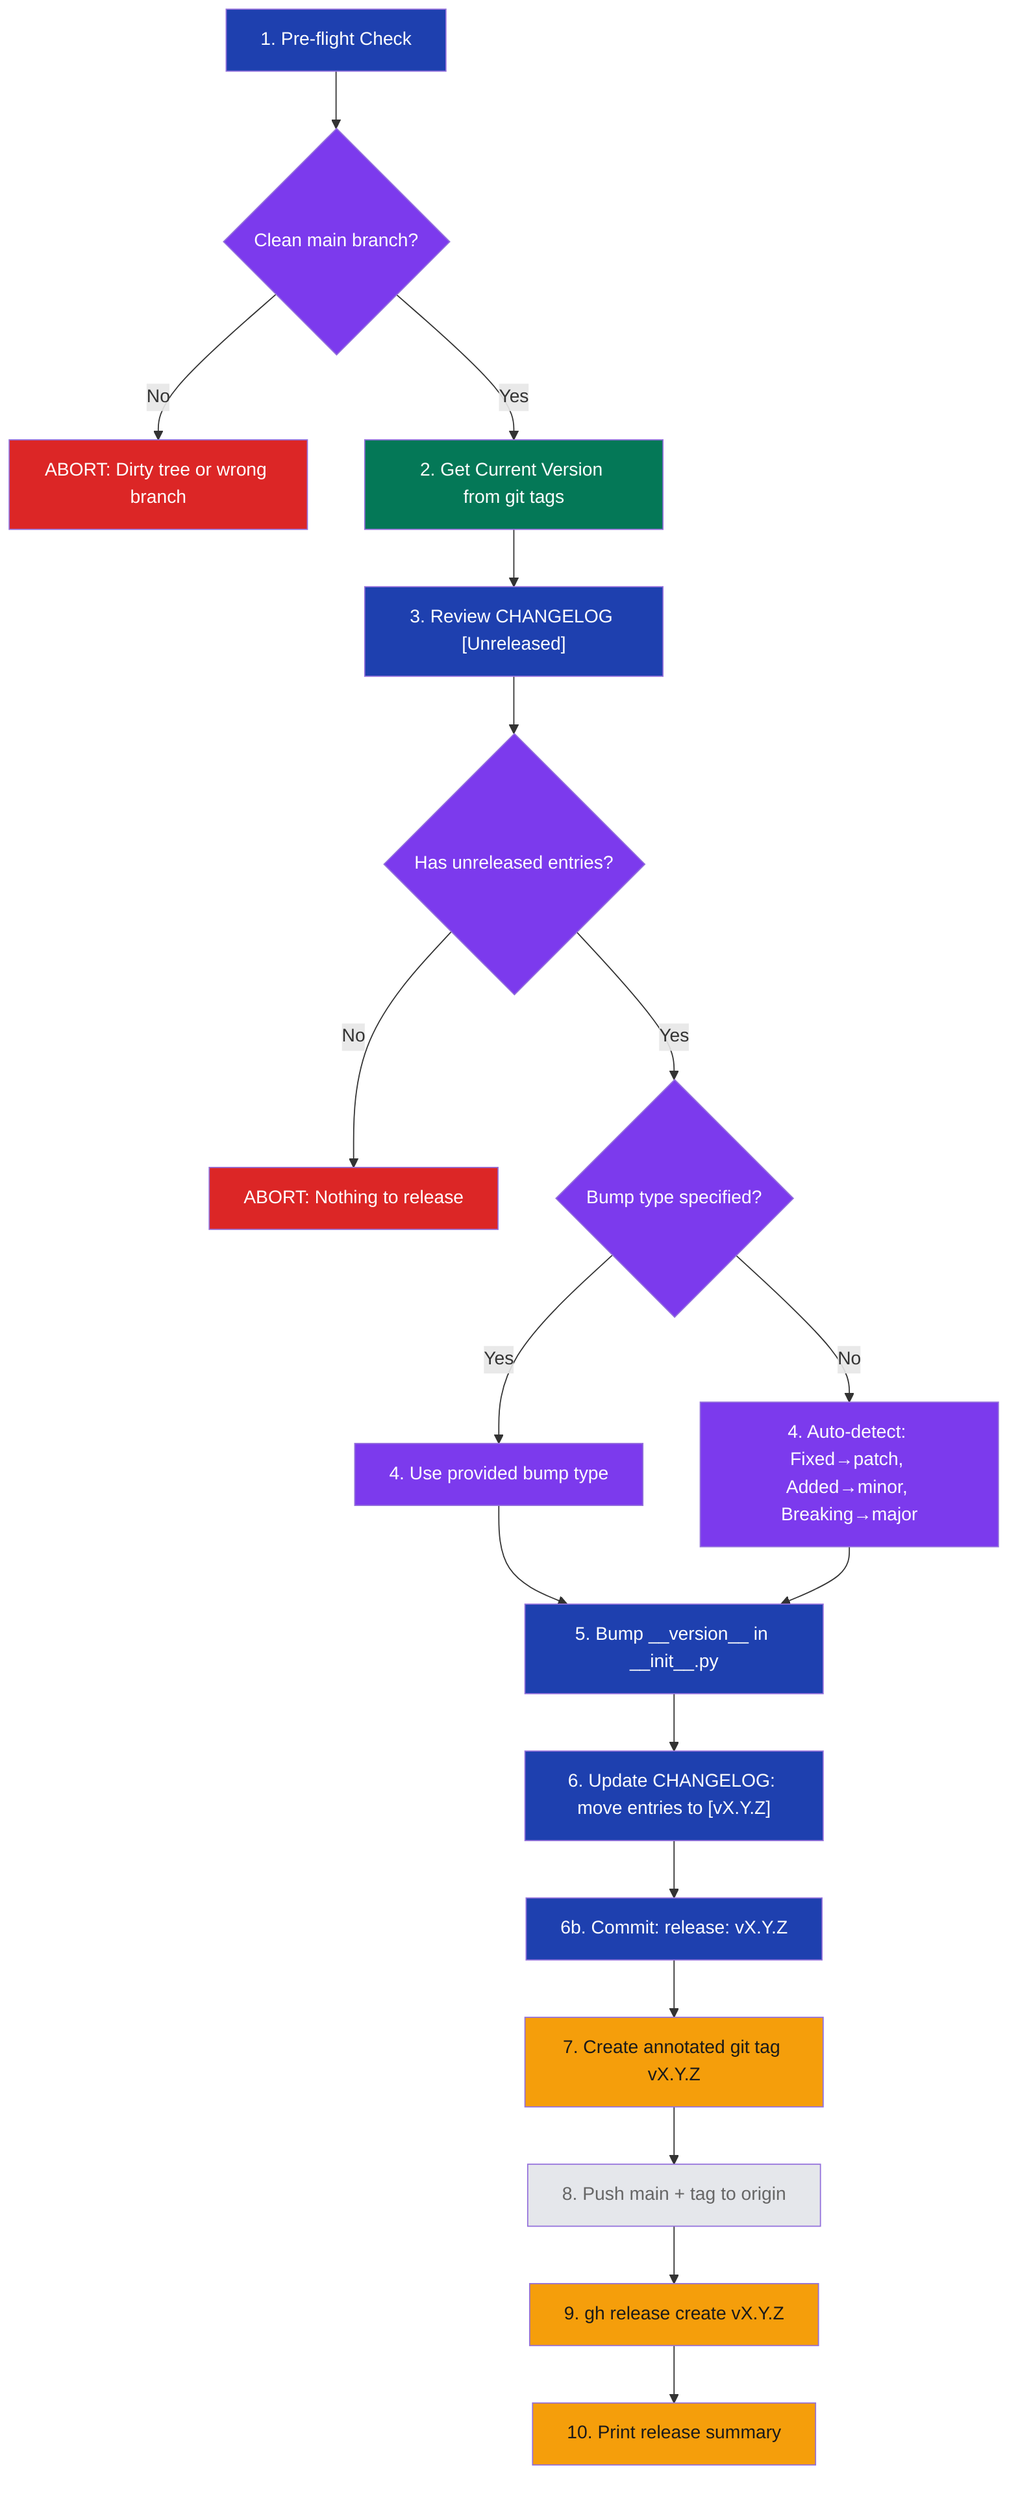
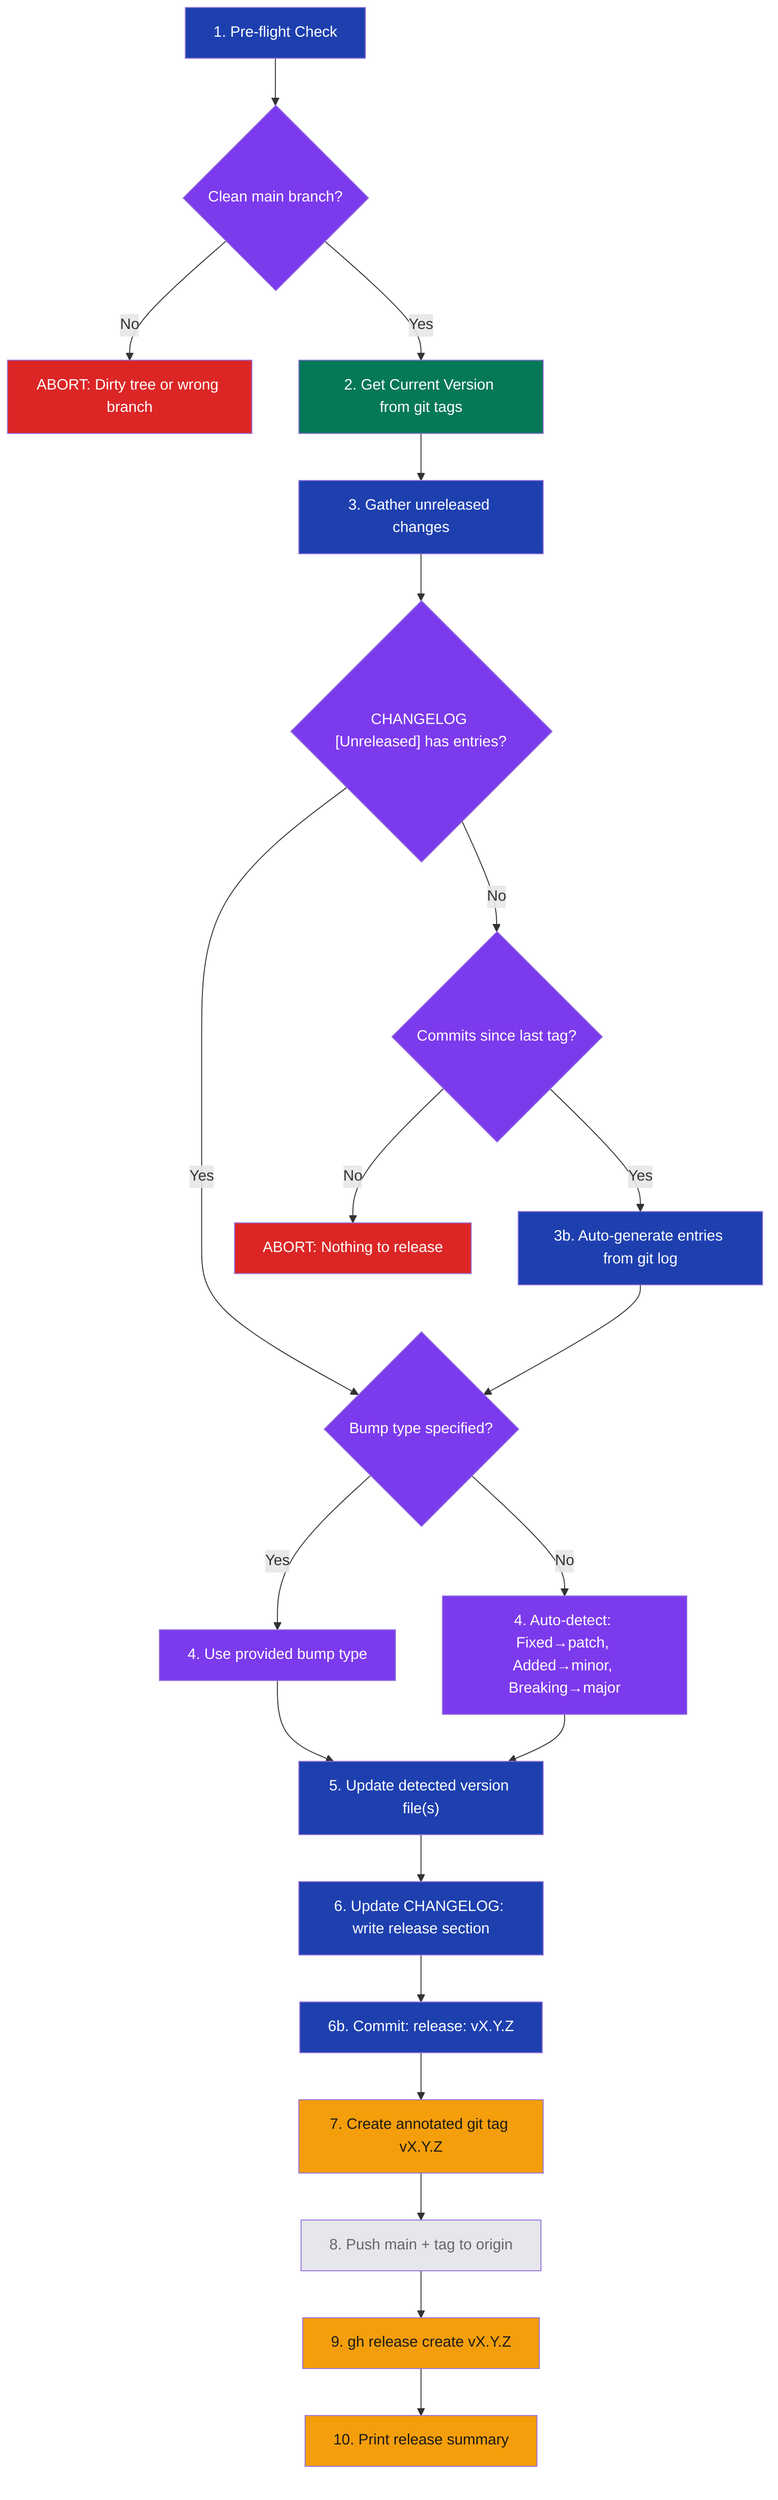
graph TD
    A["1. Pre-flight Check"] --> B{"Clean main branch?"}
    B -->|No| ABORT1["ABORT: Dirty tree or wrong branch"]
    B -->|Yes| C["2. Get Current Version from git tags"]
-     C --> D["3. Review CHANGELOG [Unreleased]"]
-     D --> E{"Has unreleased entries?"}
-     E -->|No| ABORT2["ABORT: Nothing to release"]
+     C --> D["3. Gather unreleased changes"]
+     D --> E{"CHANGELOG [Unreleased] has entries?"}
    E -->|Yes| F{"Bump type specified?"}
-     F -->|Yes| G["4. Use provided bump type"]
-     F -->|No| H["4. Auto-detect: Fixed→patch, Added→minor, Breaking→major"]
-     G --> I["5. Bump __version__ in __init__.py"]
-     H --> I
-     I --> J["6. Update CHANGELOG: move entries to [vX.Y.Z]"]
-     J --> K["6b. Commit: release: vX.Y.Z"]
-     K --> L["7. Create annotated git tag vX.Y.Z"]
-     L --> M["8. Push main + tag to origin"]
-     M --> N["9. gh release create vX.Y.Z"]
-     N --> O["10. Print release summary"]
+     E -->|No| G{"Commits since last tag?"}
+     G -->|No| ABORT2["ABORT: Nothing to release"]
+     G -->|Yes| H["3b. Auto-generate entries from git log"]
+     H --> F
+     F -->|Yes| I["4. Use provided bump type"]
+     F -->|No| J["4. Auto-detect: Fixed→patch, Added→minor, Breaking→major"]
+     I --> K["5. Update detected version file(s)"]
+     J --> K
+     K --> L["6. Update CHANGELOG: write release section"]
+     L --> M["6b. Commit: release: vX.Y.Z"]
+     M --> N["7. Create annotated git tag vX.Y.Z"]
+     N --> O["8. Push main + tag to origin"]
+     O --> P["9. gh release create vX.Y.Z"]
+     P --> Q["10. Print release summary"]

    style A fill:#1e40af,color:#fff
    style C fill:#047857,color:#fff
    style D fill:#1e40af,color:#fff
    style F fill:#7c3aed,color:#fff
    style G fill:#7c3aed,color:#fff
-     style H fill:#7c3aed,color:#fff
-     style I fill:#1e40af,color:#fff
-     style J fill:#1e40af,color:#fff
+     style H fill:#1e40af,color:#fff
+     style I fill:#7c3aed,color:#fff
+     style J fill:#7c3aed,color:#fff
    style K fill:#1e40af,color:#fff
-     style L fill:#f59e0b,color:#1a1a1a
-     style M fill:#e5e7eb,color:#666
+     style L fill:#1e40af,color:#fff
+     style M fill:#1e40af,color:#fff
    style N fill:#f59e0b,color:#1a1a1a
-     style O fill:#f59e0b,color:#1a1a1a
+     style O fill:#e5e7eb,color:#666
+     style P fill:#f59e0b,color:#1a1a1a
+     style Q fill:#f59e0b,color:#1a1a1a
    style ABORT1 fill:#dc2626,color:#fff
    style ABORT2 fill:#dc2626,color:#fff
    style B fill:#7c3aed,color:#fff
-     style E fill:#7c3aed,color:#fff+     style E fill:#7c3aed,color:#fff
